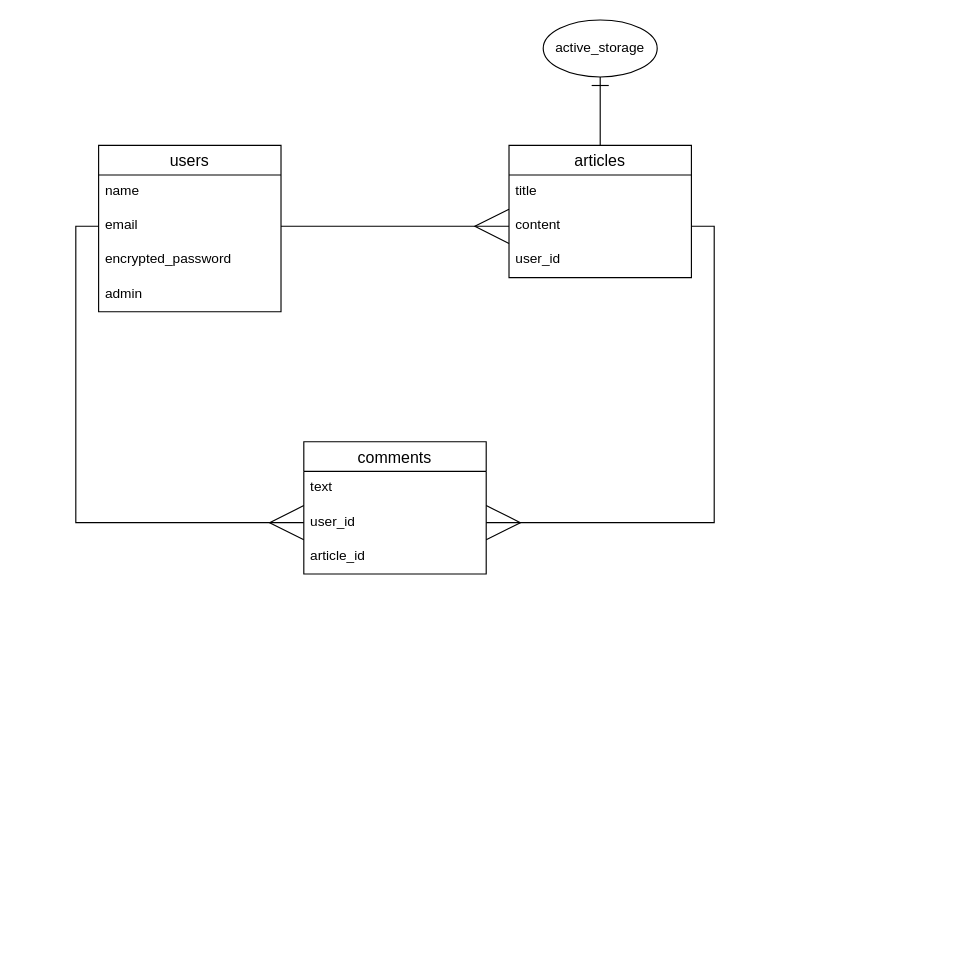
The draw.io diagram er.dio in atsushikitamura/article_app, before the edit. Source tidied: cells renumbered, new cells numbered last; positions are measured from the earlier drawing's top-left corner, leaving out a move shared by most shapes. Both pictures are drawn from the tidied source at 114%, with x=0, y=0 at pixel (98, 19).
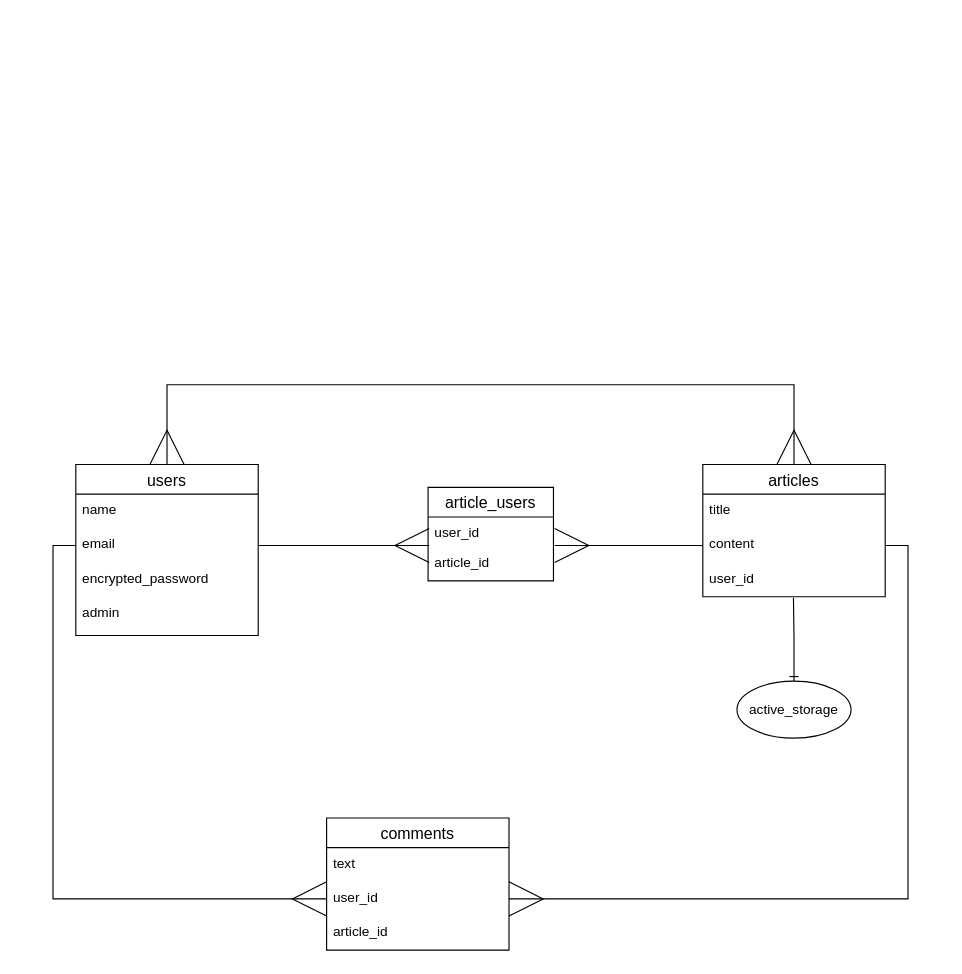
The same page after the edit.

The change refers to these unchanged cells:
```xml
<mxCell id="4" value="email" style="text;strokeColor=none;fillColor=none;spacingLeft=4;spacingRight=4;overflow=hidden;points=[[0,0.5],[1,0.5]];portConstraint=eastwest;fontSize=12;" parent="2" vertex="1">
  <mxGeometry y="56" width="160" height="30" as="geometry" />
</mxCell>
<mxCell id="9" value="content" style="text;strokeColor=none;fillColor=none;spacingLeft=4;spacingRight=4;overflow=hidden;points=[[0,0.5],[1,0.5]];portConstraint=eastwest;fontSize=12;" parent="7" vertex="1">
  <mxGeometry y="56" width="160" height="30" as="geometry" />
</mxCell>
<mxCell id="10" value="user_id" style="text;strokeColor=none;fillColor=none;spacingLeft=4;spacingRight=4;overflow=hidden;points=[[0,0.5],[1,0.5]];portConstraint=eastwest;fontSize=12;" parent="7" vertex="1">
  <mxGeometry y="86" width="160" height="30" as="geometry" />
</mxCell>
```

Change to the diagram source:
```diff
@@
+    <mxCell id="20" style="edgeStyle=orthogonalEdgeStyle;rounded=0;jettySize=auto;html=1;exitX=0.5;exitY=0;exitDx=0;exitDy=0;entryX=0.5;entryY=0;entryDx=0;entryDy=0;startArrow=ERmany;startFill=0;endArrow=ERmany;endFill=0;endSize=28;startSize=28;" parent="1" edge="1" source="2" target="7">
+      <mxGeometry relative="1" as="geometry">
+        <Array as="points">
+          <mxPoint x="60" y="320" />
+          <mxPoint x="610" y="320" />
+        </Array>
+      </mxGeometry>
+    </mxCell>
-    <mxCell id="2" value="users" style="swimlane;fontStyle=0;horizontal=1;startSize=26;align=center;fontSize=14;" parent="1" vertex="1">
-      <mxGeometry y="110" width="160" height="146" as="geometry" />
+    <mxCell id="2" value="users" style="swimlane;fontStyle=0;horizontal=1;startSize=26;align=center;fontSize=14;direction=east;" parent="1" vertex="1">
+      <mxGeometry x="-20" y="390" width="160" height="150" as="geometry" />
     </mxCell>
@@
     <mxCell id="6" value="admin" style="text;strokeColor=none;fillColor=none;spacingLeft=4;spacingRight=4;overflow=hidden;fontSize=12;" parent="2" vertex="1">
-      <mxGeometry y="116" width="160" height="30" as="geometry" />
+      <mxGeometry y="116" width="160" height="34" as="geometry" />
     </mxCell>
     <mxCell id="7" value="articles" style="swimlane;fontStyle=0;horizontal=1;startSize=26;align=center;fontSize=14;" parent="1" vertex="1">
-      <mxGeometry x="360" y="110" width="160" height="116" as="geometry" />
+      <mxGeometry x="530" y="390" width="160" height="116" as="geometry" />
     </mxCell>
@@
     <mxCell id="11" value="comments" style="swimlane;fontStyle=0;horizontal=1;startSize=26;align=center;fontSize=14;" parent="1" vertex="1">
-      <mxGeometry x="180" y="370" width="160" height="116" as="geometry" />
+      <mxGeometry x="200" y="700" width="160" height="116" as="geometry" />
     </mxCell>
@@
-    <mxCell id="16" style="edgeStyle=orthogonalEdgeStyle;rounded=0;jettySize=auto;html=1;exitX=1;exitY=0.5;exitDx=0;exitDy=0;entryX=0;entryY=0.5;entryDx=0;entryDy=0;endArrow=ERmany;endFill=0;endSize=28;" parent="1" edge="1" source="4" target="9">
-      <mxGeometry relative="1" as="geometry" />
-    </mxCell>
@@
-    <mxCell id="18" style="edgeStyle=orthogonalEdgeStyle;rounded=0;jettySize=auto;html=1;exitX=0.5;exitY=1;exitDx=0;exitDy=0;entryX=0.5;entryY=0;entryDx=0;entryDy=0;endArrow=none;endFill=0;startArrow=ERone;startFill=0;strokeWidth=1;endSize=14;startSize=13;" parent="1" edge="1" source="19" target="7">
-      <mxGeometry relative="1" as="geometry" />
-    </mxCell>
+    <mxCell id="21" style="edgeStyle=orthogonalEdgeStyle;rounded=0;jettySize=auto;html=1;exitX=0.5;exitY=0;exitDx=0;exitDy=0;entryX=0.497;entryY=1.029;entryDx=0;entryDy=0;entryPerimeter=0;endArrow=none;endFill=0;endSize=28;startArrow=ERone;startFill=0;" parent="1" edge="1" source="19" target="10">
+      <mxGeometry relative="1" as="geometry" />
+    </mxCell>
     <mxCell id="19" value="active_storage" style="ellipse;whiteSpace=wrap;html=1;align=center;" parent="1" vertex="1">
-      <mxGeometry x="390" width="100" height="50" as="geometry" />
+      <mxGeometry x="560" y="580" width="100" height="50" as="geometry" />
     </mxCell>
+    <mxCell id="22" value="article_users" style="swimlane;fontStyle=0;horizontal=1;startSize=26;align=center;fontSize=14;" parent="1" vertex="1">
+      <mxGeometry x="289" y="410" width="110" height="82" as="geometry" />
+    </mxCell>
+    <mxCell id="23" value="user_id" style="text;strokeColor=none;fillColor=none;spacingLeft=4;spacingRight=4;overflow=hidden;fontSize=12;" parent="22" vertex="1">
+      <mxGeometry y="26" width="110" height="26" as="geometry" />
+    </mxCell>
+    <mxCell id="24" value="article_id" style="text;strokeColor=none;fillColor=none;spacingLeft=4;spacingRight=4;overflow=hidden;fontSize=12;" parent="22" vertex="1">
+      <mxGeometry y="52" width="110" height="30" as="geometry" />
+    </mxCell>
+    <mxCell id="25" style="edgeStyle=orthogonalEdgeStyle;rounded=0;jettySize=auto;html=1;exitX=1;exitY=0.5;exitDx=0;exitDy=0;endArrow=ERmany;endFill=0;endSize=28;" parent="1" edge="1" source="4">
+      <mxGeometry relative="1" as="geometry">
+        <mxPoint x="290" y="461" as="targetPoint" />
+        <Array as="points">
+          <mxPoint x="260" y="461" />
+          <mxPoint x="260" y="461" />
+        </Array>
+      </mxGeometry>
+    </mxCell>
+    <mxCell id="26" style="edgeStyle=orthogonalEdgeStyle;rounded=0;jettySize=auto;html=1;exitX=0;exitY=0.5;exitDx=0;exitDy=0;startArrow=ERmany;startFill=0;endArrow=ERmany;endFill=0;startSize=28;endSize=28;" parent="1" edge="1" source="9">
+      <mxGeometry relative="1" as="geometry">
+        <mxPoint x="530" y="461" as="targetPoint" />
+      </mxGeometry>
+    </mxCell>
+    <mxCell id="27" style="edgeStyle=orthogonalEdgeStyle;rounded=0;jettySize=auto;html=1;exitX=0;exitY=0.5;exitDx=0;exitDy=0;startArrow=none;startFill=0;endArrow=ERmany;endFill=0;startSize=28;endSize=28;" parent="1" edge="1" source="9">
+      <mxGeometry relative="1" as="geometry">
+        <mxPoint x="400" y="461" as="targetPoint" />
+      </mxGeometry>
+    </mxCell>
```
